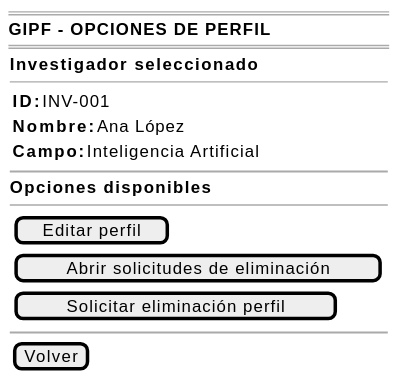
The PlantUML diagram images/RUP/00-casos-uso/02-detalle/coordinador/abrirOpcionesPerfil/abrirOpcionesPerfil-wireframe.svg in beatriizorozco/25-26-idsw2-sdVC, before a commit.
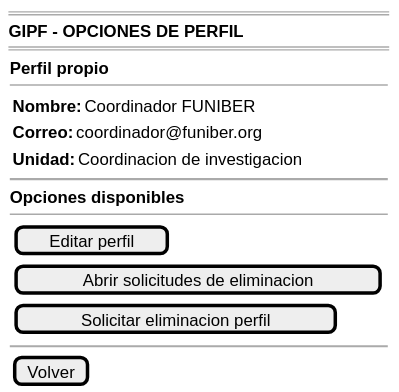
The same diagram one commit later.

What changed in the source:
```diff
@@ -4,12 +4,12 @@
     <b>GIPF - OPCIONES DE PERFIL</b>
     ====
     {
-        <b>Investigador seleccionado</b>
+        <b>Perfil propio</b>
         --
         {
-            {<b>ID:</b>     | INV-001}
-            {<b>Nombre:</b> | Ana López}
-            {<b>Campo:</b>  | Inteligencia Artificial}
+            {<b>Nombre:</b> | Coordinador FUNIBER}
+            {<b>Correo:</b> | coordinador@funiber.org}
+            {<b>Unidad:</b> | Coordinacion de investigacion}
         }
 
         ~~
@@ -18,8 +18,8 @@
         --
         {
             {[Editar perfil]}
-            {[Abrir solicitudes de eliminación]}
-            {[Solicitar eliminación perfil]}
+            {[Abrir solicitudes de eliminacion]}
+            {[Solicitar eliminacion perfil]}
         }
 
         ~~
```
